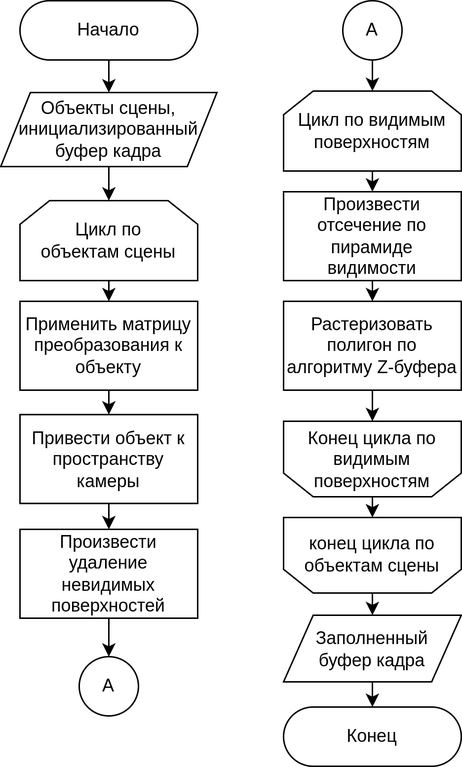
This is docs/img/rendering.drawio.png from Danilado/IU7-CG-CW, a draw.io export, as it was before one commit. Source tidied: cells renumbered, new cells last; positions are measured from the earlier drawing's top-left corner, leaving out a move shared by most shapes.
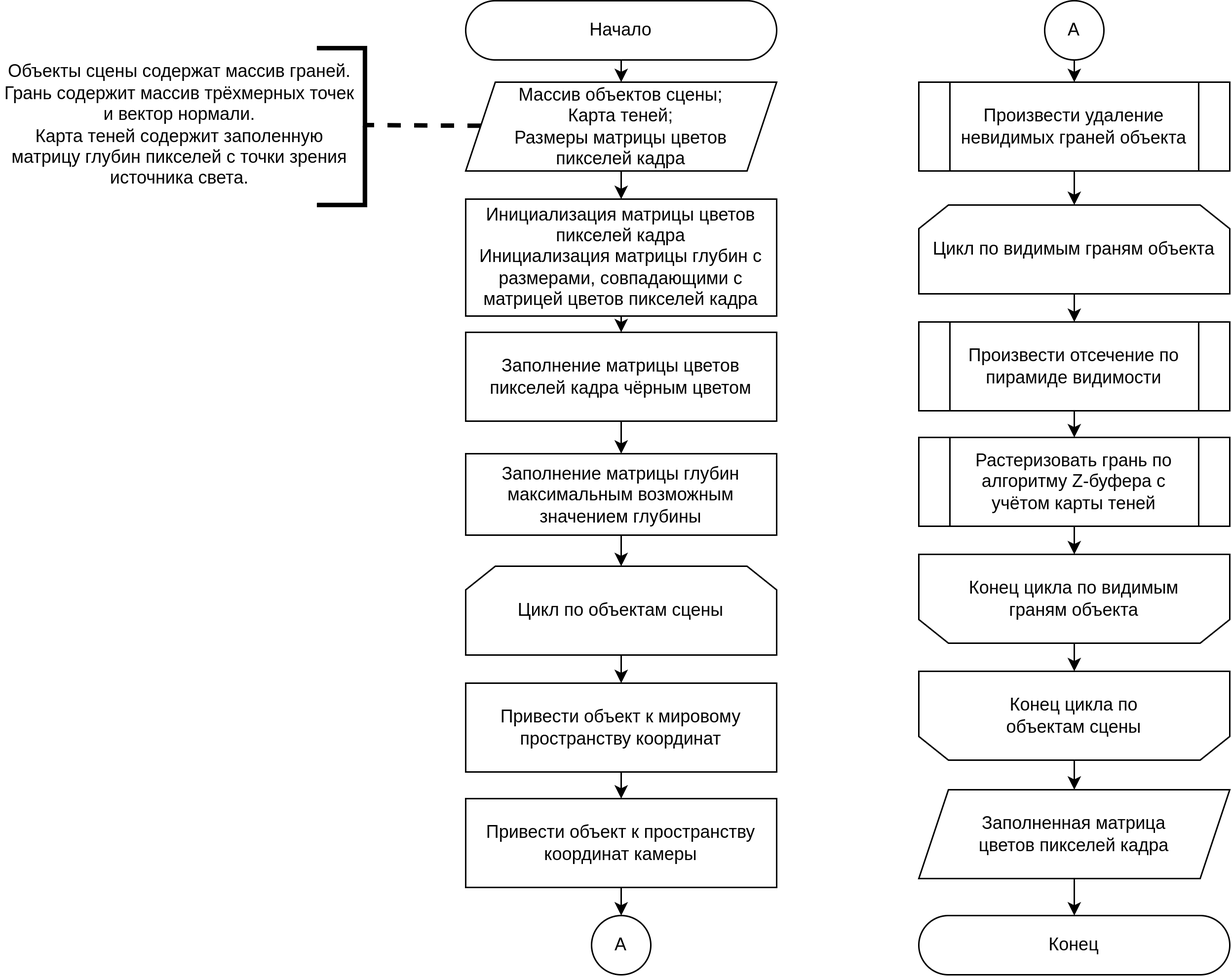
Above is the later version.

Change to the diagram source:
```diff
@@ -3,84 +3,65 @@
     <mxCell id="0" />
     <mxCell id="1" parent="0" />
     <mxCell id="2" value="Начало" style="rounded=1;arcSize=50;whiteSpace=wrap;" parent="1" vertex="1">
-      <mxGeometry x="13" width="120" height="40" as="geometry" />
+      <mxGeometry x="-32" width="210" height="40" as="geometry" />
     </mxCell>
     <mxCell id="3" value="Конец" style="rounded=1;arcSize=50;whiteSpace=wrap;" parent="1" vertex="1">
-      <mxGeometry x="191" y="477" width="120" height="40" as="geometry" />
+      <mxGeometry x="274" y="618" width="210" height="40" as="geometry" />
     </mxCell>
-    <mxCell id="4" style="shape=loopLimit;whiteSpace=wrap;" parent="1" vertex="1">
-      <mxGeometry x="13" y="135" width="120" height="54" as="geometry" />
+    <mxCell id="4" value="Цикл по объектам сцены" style="shape=loopLimit;whiteSpace=wrap;" parent="1" vertex="1">
+      <mxGeometry x="-32" y="382" width="210" height="60" as="geometry" />
     </mxCell>
     <mxCell id="5" style="shape=loopLimit;verticalAlign=middle;rounded=0;rotation=-180;horizontal=1;whiteSpace=wrap;" parent="1" vertex="1">
-      <mxGeometry x="191" y="349" width="120" height="51" as="geometry" />
+      <mxGeometry x="274" y="453" width="210" height="60" as="geometry" />
     </mxCell>
-    <mxCell id="6" value="Цикл по" style="text;strokeColor=none;fillColor=none;align=center;verticalAlign=middle;rounded=0;whiteSpace=wrap;" parent="1" vertex="1">
-      <mxGeometry x="43" y="139.5" width="60" height="30" as="geometry" />
-    </mxCell>
-    <mxCell id="7" value="объектам сцены" style="text;strokeColor=none;fillColor=none;align=center;verticalAlign=middle;rounded=0;whiteSpace=wrap;" parent="1" vertex="1">
-      <mxGeometry x="25" y="154.5" width="96" height="30" as="geometry" />
-    </mxCell>
-    <mxCell id="8" value="конец цикла по" style="text;strokeColor=none;fillColor=none;align=center;verticalAlign=middle;rounded=0;whiteSpace=wrap;" parent="1" vertex="1">
-      <mxGeometry x="203" y="352" width="96" height="30" as="geometry" />
+    <mxCell id="8" value="Конец цикла по объектам сцены" style="text;strokeColor=none;fillColor=none;align=center;verticalAlign=middle;rounded=0;whiteSpace=wrap;" parent="1" vertex="1">
+      <mxGeometry x="331" y="468" width="96" height="30" as="geometry" />
     </mxCell>
-    <mxCell id="9" value="объектам сцены" style="text;strokeColor=none;fillColor=none;align=center;verticalAlign=middle;rounded=0;whiteSpace=wrap;" parent="1" vertex="1">
-      <mxGeometry x="203" y="367" width="96" height="30" as="geometry" />
-    </mxCell>
-    <mxCell id="10" value="Применить матрицу&#10;преобразования к&#10;объекту" style="rounded=0;whiteSpace=wrap;" parent="1" vertex="1">
-      <mxGeometry x="13" y="203" width="120" height="60" as="geometry" />
+    <mxCell id="10" value="Привести объект к мировому пространству координат" style="rounded=0;whiteSpace=wrap;" parent="1" vertex="1">
+      <mxGeometry x="-32" y="461" width="210" height="60" as="geometry" />
     </mxCell>
-    <mxCell id="11" value="Привести объект к пространству камеры" style="rounded=0;align=center;whiteSpace=wrap;labelBorderColor=none;labelBackgroundColor=none;" parent="1" vertex="1">
-      <mxGeometry x="13" y="279.5" width="120" height="60" as="geometry" />
+    <mxCell id="11" value="Привести объект к пространству координат камеры" style="rounded=0;align=center;whiteSpace=wrap;labelBorderColor=none;labelBackgroundColor=none;" parent="1" vertex="1">
+      <mxGeometry x="-32" y="539" width="210" height="60" as="geometry" />
     </mxCell>
-    <mxCell id="12" value="Произвести удаление невидимых поверхностей" style="rounded=0;whiteSpace=wrap;" parent="1" vertex="1">
-      <mxGeometry x="13" y="357" width="120" height="60" as="geometry" />
-    </mxCell>
+    <mxCell id="26" style="edgeStyle=none;" parent="1" edge="1" source="13" target="19">
+      <mxGeometry relative="1" as="geometry" />
+    </mxCell>
-    <mxCell id="13" style="shape=loopLimit;whiteSpace=wrap;" parent="1" vertex="1">
-      <mxGeometry x="191" y="61" width="120" height="54" as="geometry" />
+    <mxCell id="13" value="Цикл по видимым граням объекта" style="shape=loopLimit;whiteSpace=wrap;" parent="1" vertex="1">
+      <mxGeometry x="274" y="138" width="210" height="60" as="geometry" />
     </mxCell>
     <mxCell id="14" style="shape=loopLimit;verticalAlign=middle;rounded=0;rotation=-180;horizontal=1;whiteSpace=wrap;" parent="1" vertex="1">
-      <mxGeometry x="191" y="284" width="120" height="51" as="geometry" />
+      <mxGeometry x="274" y="374" width="210" height="60" as="geometry" />
     </mxCell>
-    <mxCell id="15" value="Цикл по видимым поверхностям" style="text;strokeColor=none;fillColor=none;align=center;verticalAlign=middle;rounded=0;whiteSpace=wrap;" parent="1" vertex="1">
-      <mxGeometry x="191" y="73" width="120" height="30" as="geometry" />
-    </mxCell>
-    <mxCell id="16" value="Конец цикла по видимым поверхностям" style="text;strokeColor=none;fillColor=none;align=center;verticalAlign=middle;rounded=0;whiteSpace=wrap;" parent="1" vertex="1">
-      <mxGeometry x="191" y="294.5" width="120" height="30" as="geometry" />
+    <mxCell id="16" value="Конец цикла по видимым граням объекта" style="text;strokeColor=none;fillColor=none;align=center;verticalAlign=middle;rounded=0;whiteSpace=wrap;" parent="1" vertex="1">
+      <mxGeometry x="303" y="389" width="152" height="30" as="geometry" />
     </mxCell>
     <mxCell id="17" value="А" style="ellipse;whiteSpace=wrap;" parent="1" vertex="1">
-      <mxGeometry x="53" y="443" width="40" height="40" as="geometry" />
+      <mxGeometry x="53" y="618" width="40" height="40" as="geometry" />
     </mxCell>
+    <mxCell id="36" style="edgeStyle=none;exitX=0.5;exitY=1;exitDx=0;exitDy=0;entryX=0.5;entryY=0;entryDx=0;entryDy=0;" parent="1" edge="1" source="18" target="37">
+      <mxGeometry relative="1" as="geometry" />
+    </mxCell>
     <mxCell id="18" value="А" style="ellipse;whiteSpace=wrap;" parent="1" vertex="1">
-      <mxGeometry x="231" width="40" height="40" as="geometry" />
+      <mxGeometry x="359" width="40" height="40" as="geometry" />
     </mxCell>
-    <mxCell id="19" value="Произвести отсечение по пирамиде видимости" style="rounded=0;whiteSpace=wrap;" parent="1" vertex="1">
-      <mxGeometry x="191" y="129" width="120" height="60" as="geometry" />
-    </mxCell>
-    <mxCell id="20" value="Растеризовать полигон по алгоритму Z-буфера" style="rounded=0;whiteSpace=wrap;" parent="1" vertex="1">
-      <mxGeometry x="191" y="203" width="120" height="60" as="geometry" />
-    </mxCell>
     <mxCell id="21" style="endArrow=classic;exitX=0.5;exitY=1;exitDx=0;exitDy=0;entryX=0.5;entryY=0;entryDx=0;entryDy=0;" parent="1" edge="1" source="4" target="10">
       <mxGeometry relative="1" as="geometry" />
     </mxCell>
     <mxCell id="22" style="endArrow=classic;exitX=0.5;exitY=1;exitDx=0;exitDy=0;entryX=0.5;entryY=0;entryDx=0;entryDy=0;" parent="1" edge="1" source="10" target="11">
       <mxGeometry relative="1" as="geometry" />
     </mxCell>
-    <mxCell id="23" style="endArrow=classic;exitX=0.5;exitY=1;exitDx=0;exitDy=0;entryX=0.5;entryY=0;entryDx=0;entryDy=0;" parent="1" edge="1" source="11" target="12">
-      <mxGeometry relative="1" as="geometry" />
-    </mxCell>
-    <mxCell id="24" style="endArrow=classic;exitX=0.5;exitY=1;exitDx=0;exitDy=0;entryX=0.5;entryY=0;entryDx=0;entryDy=0;" parent="1" edge="1" source="12" target="17">
+    <mxCell id="24" style="endArrow=classic;exitX=0.5;exitY=1;exitDx=0;exitDy=0;" parent="1" edge="1" source="11" target="17">
       <mxGeometry relative="1" as="geometry" />
     </mxCell>
-    <mxCell id="25" style="endArrow=classic;exitX=0.5;exitY=1;exitDx=0;exitDy=0;entryX=0.5;entryY=0;entryDx=0;entryDy=0;" parent="1" edge="1" source="18" target="13">
+    <mxCell id="25" style="endArrow=classic;exitX=0.5;exitY=1;exitDx=0;exitDy=0;entryX=0.5;entryY=0;entryDx=0;entryDy=0;" parent="1" edge="1" source="37" target="13">
       <mxGeometry relative="1" as="geometry" />
     </mxCell>
-    <mxCell id="26" style="endArrow=classic;exitX=0.5;exitY=1;exitDx=0;exitDy=0;entryX=0.5;entryY=0;entryDx=0;entryDy=0;" parent="1" edge="1" source="13" target="19">
-      <mxGeometry relative="1" as="geometry" />
-    </mxCell>
-    <mxCell id="27" style="endArrow=classic;exitX=0.5;exitY=1;exitDx=0;exitDy=0;entryX=0.5;entryY=0;entryDx=0;entryDy=0;" parent="1" edge="1" source="19" target="20">
-      <mxGeometry relative="1" as="geometry" />
+    <mxCell id="27" style="endArrow=classic;exitX=0.5;exitY=1;exitDx=0;exitDy=0;entryX=0.5;entryY=0;entryDx=0;entryDy=0;" parent="1" edge="1" target="38">
+      <mxGeometry relative="1" as="geometry">
+        <mxPoint x="379" y="269" as="sourcePoint" />
+      </mxGeometry>
     </mxCell>
-    <mxCell id="28" style="endArrow=classic;exitX=0.5;exitY=1;exitDx=0;exitDy=0;entryX=0.5;entryY=1;entryDx=0;entryDy=0;" parent="1" edge="1" source="20" target="14">
+    <mxCell id="28" style="endArrow=classic;exitX=0.5;exitY=1;exitDx=0;exitDy=0;entryX=0.5;entryY=1;entryDx=0;entryDy=0;" parent="1" edge="1" source="38" target="14">
       <mxGeometry relative="1" as="geometry" />
     </mxCell>
     <mxCell id="29" style="endArrow=classic;exitX=0.5;exitY=0;exitDx=0;exitDy=0;entryX=0.5;entryY=1;entryDx=0;entryDy=0;" parent="1" edge="1" source="14" target="5">
@@ -89,20 +70,59 @@
     <mxCell id="30" style="endArrow=classic;entryX=0.5;entryY=0;entryDx=0;entryDy=0;exitX=0.5;exitY=1;exitDx=0;exitDy=0;" parent="1" edge="1" source="34" target="3">
       <mxGeometry relative="1" as="geometry" />
     </mxCell>
-    <mxCell id="31" value="Объекты сцены, инициализированный буфер кадра" style="shape=parallelogram;perimeter=parallelogramPerimeter;fixedSize=1;whiteSpace=wrap;" parent="1" vertex="1">
-      <mxGeometry y="62" width="146" height="50" as="geometry" />
+    <mxCell id="31" value="Массив объектов сцены;&#10;Карта теней;&#10;Размеры матрицы цветов &#10;пикселей кадра" style="shape=parallelogram;perimeter=parallelogramPerimeter;fixedSize=1;whiteSpace=wrap;" parent="1" vertex="1">
+      <mxGeometry x="-32" y="55" width="210" height="60" as="geometry" />
     </mxCell>
-    <mxCell id="32" style="endArrow=classic;exitX=0.5;exitY=1;exitDx=0;exitDy=0;entryX=0.5;entryY=0;entryDx=0;entryDy=0;" parent="1" edge="1" source="31" target="4">
-      <mxGeometry relative="1" as="geometry" />
-    </mxCell>
     <mxCell id="33" style="endArrow=classic;exitX=0.5;exitY=1;exitDx=0;exitDy=0;entryX=0.5;entryY=0;entryDx=0;entryDy=0;" parent="1" edge="1" source="2" target="31">
       <mxGeometry relative="1" as="geometry" />
     </mxCell>
-    <mxCell id="34" value="Заполненный&#10;буфер кадра" style="shape=parallelogram;perimeter=parallelogramPerimeter;fixedSize=1;whiteSpace=wrap;" parent="1" vertex="1">
-      <mxGeometry x="191" y="415" width="120" height="45" as="geometry" />
+    <mxCell id="34" value="Заполненная матрица &#10;цветов пикселей кадра" style="shape=parallelogram;perimeter=parallelogramPerimeter;fixedSize=1;whiteSpace=wrap;" parent="1" vertex="1">
+      <mxGeometry x="274" y="533" width="210" height="60" as="geometry" />
     </mxCell>
     <mxCell id="35" style="endArrow=classic;entryX=0.5;entryY=0;entryDx=0;entryDy=0;exitX=0.5;exitY=0;exitDx=0;exitDy=0;" parent="1" edge="1" source="5" target="34">
       <mxGeometry relative="1" as="geometry" />
     </mxCell>
+    <mxCell id="37" value="Произвести удаление невидимых граней объекта" style="shape=process;backgroundOutline=1;whiteSpace=wrap;" parent="1" vertex="1">
+      <mxGeometry x="274" y="55" width="210" height="60" as="geometry" />
+    </mxCell>
+    <mxCell id="19" value="Произвести отсечение по пирамиде видимости" style="shape=process;backgroundOutline=1;whiteSpace=wrap;" parent="1" vertex="1">
+      <mxGeometry x="274" y="217" width="210" height="60" as="geometry" />
+    </mxCell>
+    <mxCell id="38" value="Растеризовать грань по алгоритму Z-буфера с учётом карты теней" style="shape=process;backgroundOutline=1;whiteSpace=wrap;" parent="1" vertex="1">
+      <mxGeometry x="274" y="295" width="210" height="60" as="geometry" />
+    </mxCell>
+    <mxCell id="39" value="Инициализация матрицы цветов пикселей кадра&#10;Инициализация матрицы глубин с размерами, совпадающими с матрицей цветов пикселей кадра" style="rounded=0;whiteSpace=wrap;" parent="1" vertex="1">
+      <mxGeometry x="-32" y="134" width="210" height="79" as="geometry" />
+    </mxCell>
+    <mxCell id="40" value="Заполнение матрицы цветов пикселей кадра чёрным цветом" style="rounded=0;whiteSpace=wrap;" parent="1" vertex="1">
+      <mxGeometry x="-32" y="224" width="210" height="60" as="geometry" />
+    </mxCell>
+    <mxCell id="41" style="endArrow=classic;exitX=0.5;exitY=1;exitDx=0;exitDy=0;" parent="1" edge="1" source="31" target="39">
+      <mxGeometry relative="1" as="geometry" />
+    </mxCell>
+    <mxCell id="42" style="endArrow=classic;exitX=0.5;exitY=1;exitDx=0;exitDy=0;entryX=0.5;entryY=0;entryDx=0;entryDy=0;" parent="1" edge="1" source="39" target="40">
+      <mxGeometry relative="1" as="geometry" />
+    </mxCell>
+    <mxCell id="43" style="endArrow=classic;exitX=0.5;exitY=1;exitDx=0;exitDy=0;entryX=0.5;entryY=0;entryDx=0;entryDy=0;" parent="1" edge="1" source="40" target="49">
+      <mxGeometry relative="1" as="geometry" />
+    </mxCell>
+    <mxCell id="44" style="endArrow=none;dashed=1;strokeWidth=3;entryX=0;entryY=1;entryDx=0;entryDy=0;" parent="1" edge="1" source="31" target="45">
+      <mxGeometry relative="1" as="geometry" />
+    </mxCell>
+    <mxCell id="45" style="shape=partialRectangle;bottom=0;right=0;fillColor=none;direction=north;strokeWidth=3;flipV=1;flipH=1;" parent="1" vertex="1">
+      <mxGeometry x="-131" y="32" width="31" height="52" as="geometry" />
+    </mxCell>
+    <mxCell id="46" style="shape=partialRectangle;bottom=0;right=0;fillColor=none;direction=north;strokeWidth=3;flipV=0;flipH=1;" parent="1" vertex="1">
+      <mxGeometry x="-131" y="86" width="31" height="52" as="geometry" />
+    </mxCell>
+    <mxCell id="47" value="Объекты сцены содержат массив граней.&#10;Грань содержит массив трёхмерных точек и вектор нормали.&#10;Карта теней содержит заполенную матрицу глубин пикселей с точки зрения источника света." style="text;strokeColor=none;fillColor=none;align=center;verticalAlign=middle;rounded=0;whiteSpace=wrap;" parent="1" vertex="1">
+      <mxGeometry x="-346" y="35" width="242" height="97" as="geometry" />
+    </mxCell>
+    <mxCell id="48" style="edgeStyle=none;entryX=0.5;entryY=0;entryDx=0;entryDy=0;" parent="1" edge="1" source="49" target="4">
+      <mxGeometry relative="1" as="geometry" />
+    </mxCell>
+    <mxCell id="49" value="Заполнение матрицы глубин максимальным возможным значением глубины" style="rounded=0;whiteSpace=wrap;" parent="1" vertex="1">
+      <mxGeometry x="-32" y="306" width="210" height="55" as="geometry" />
+    </mxCell>
   </root>
 </mxGraphModel>
```
